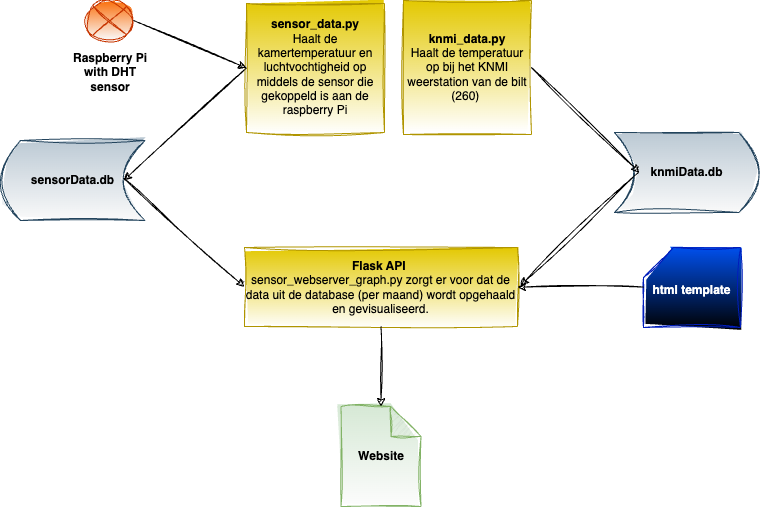
Earlier version of the draw.io export img/setup.png (Nelleke20/service.sensor-data). Source tidied: cells renumbered, new cells last; positions are measured from the earlier drawing's top-left corner, leaving out a move shared by most shapes.
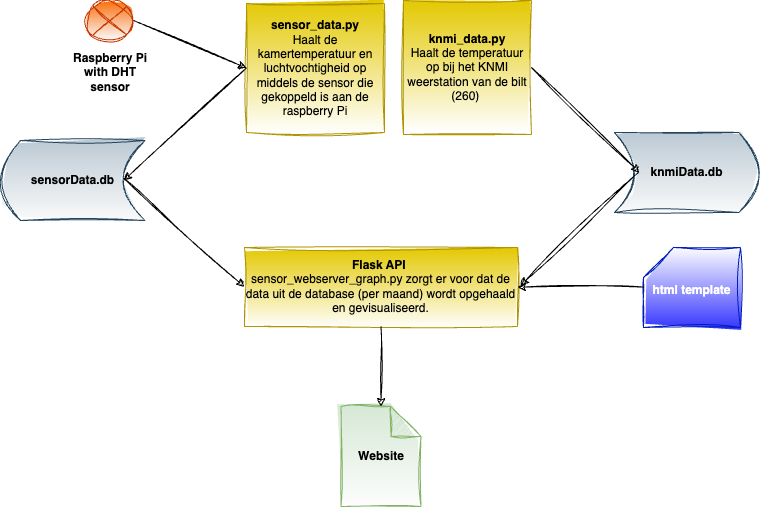
The same diagram one commit later.

What changed in the source:
```diff
@@ -32,7 +32,7 @@
     <mxCell id="11" style="endArrow=classic;html=1;sketch=1;hachureGap=4;jiggle=2;curveFitting=1;fontFamily=Architects Daughter;fontSource=https%3A%2F%2Ffonts.googleapis.com%2Fcss%3Ffamily%3DArchitects%2BDaughter;fontSize=12;exitX=0.5;exitY=1;exitDx=0;exitDy=0;entryX=0.5;entryY=0;entryDx=0;entryDy=0;entryPerimeter=0;" parent="1" edge="1" source="9" target="10">
       <mxGeometry relative="1" as="geometry" />
     </mxCell>
-    <mxCell id="12" value="&lt;font style=&quot;font-size: 12px;&quot;&gt;html template&lt;/font&gt;" style="shape=card;whiteSpace=wrap;html=1;sketch=1;hachureGap=4;jiggle=2;curveFitting=1;fontFamily=Helvetica;fontSize=20;fillColor=#0050ef;strokeColor=#001DBC;fontStyle=1;fontColor=#ffffff;gradientColor=default;" parent="1" vertex="1">
+    <mxCell id="12" value="&lt;font style=&quot;font-size: 12px;&quot;&gt;html template&lt;/font&gt;" style="shape=card;whiteSpace=wrap;html=1;sketch=1;hachureGap=4;jiggle=2;curveFitting=1;fontFamily=Helvetica;fontSize=20;fillColor=#FFFFFF;strokeColor=#001DBC;fontStyle=1;fontColor=#ffffff;gradientColor=#3333FF;" parent="1" vertex="1">
       <mxGeometry x="643" y="247" width="97" height="80" as="geometry" />
     </mxCell>
     <mxCell id="13" style="endArrow=classic;html=1;sketch=1;hachureGap=4;jiggle=2;curveFitting=1;fontFamily=Architects Daughter;fontSource=https%3A%2F%2Ffonts.googleapis.com%2Fcss%3Ffamily%3DArchitects%2BDaughter;fontSize=12;exitX=0.003;exitY=0.495;exitDx=0;exitDy=0;exitPerimeter=0;entryX=1;entryY=0.5;entryDx=0;entryDy=0;" parent="1" edge="1" source="12" target="9">
```
